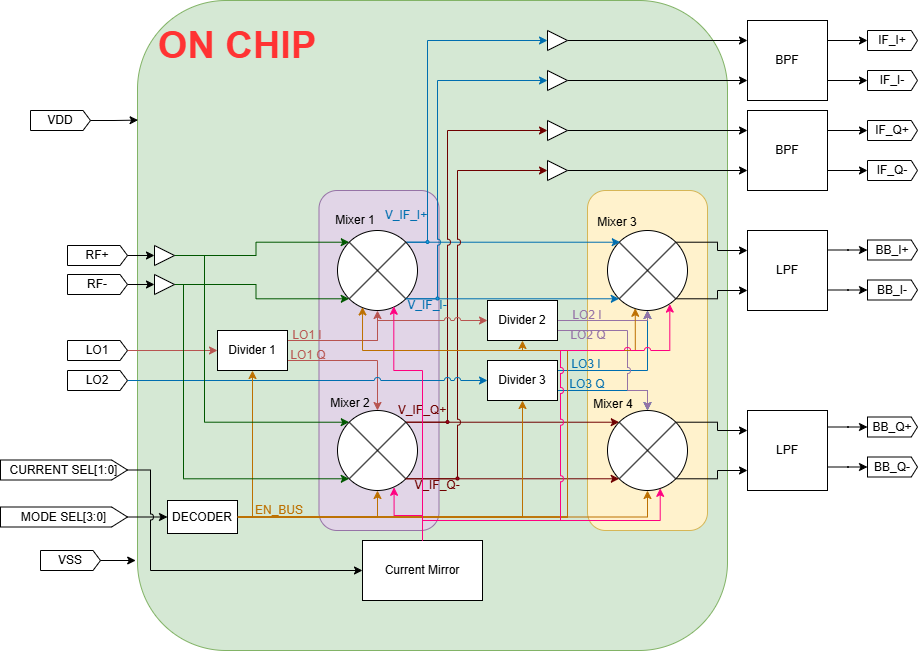
DemianMArin/NYCMOS keeps this draw.io diagram as docs/images/nycmos_block_diag_v3.png. Above is the earlier version. Source tidied: cells renumbered, new cells last; positions are measured from the earlier drawing's top-left corner, leaving out a move shared by most shapes.
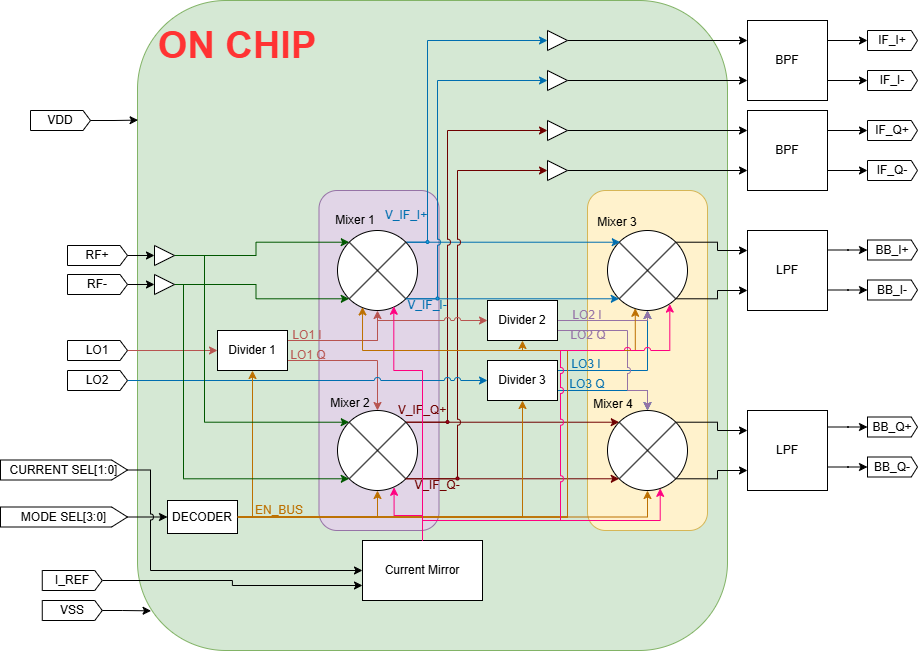
Above is the later version.

Commit message:
updated block diagram

added i_ref pin to block diagram

Change to the diagram source:
```diff
@@ -248,7 +248,7 @@
       <mxGeometry x="30" y="110" width="60" height="20" as="geometry" />
     </mxCell>
     <mxCell id="66" value="VSS" style="shape=offPageConnector;whiteSpace=wrap;html=1;direction=north;size=0.125;" parent="1" vertex="1">
-      <mxGeometry x="40" y="550" width="60" height="20" as="geometry" />
+      <mxGeometry x="41.8" y="600" width="60" height="20" as="geometry" />
     </mxCell>
     <mxCell id="67" value="IF_I+" style="shape=offPageConnector;whiteSpace=wrap;html=1;direction=north;size=0.125;" parent="1" vertex="1">
       <mxGeometry x="867" y="30" width="50" height="20" as="geometry" />
@@ -444,7 +444,7 @@
     <mxCell id="115" value="CURRENT SEL[1:0]" style="shape=offPageConnector;whiteSpace=wrap;html=1;direction=north;size=0.125;" parent="1" vertex="1">
       <mxGeometry y="459.5" width="127" height="20" as="geometry" />
     </mxCell>
-    <mxCell id="116" style="edgeStyle=orthogonalEdgeStyle;rounded=0;jettySize=auto;html=1;exitX=0.5;exitY=1;exitDx=0;exitDy=0;entryX=-0.003;entryY=0.862;entryDx=0;entryDy=0;entryPerimeter=0;" parent="1" edge="1" source="66" target="2">
+    <mxCell id="116" style="edgeStyle=orthogonalEdgeStyle;rounded=0;jettySize=auto;html=1;exitX=0.5;exitY=1;exitDx=0;exitDy=0;entryX=0.023;entryY=0.939;entryDx=0;entryDy=0;entryPerimeter=0;" parent="1" edge="1" source="66" target="2">
       <mxGeometry relative="1" as="geometry" />
     </mxCell>
     <mxCell id="117" style="edgeStyle=orthogonalEdgeStyle;rounded=0;jettySize=auto;html=1;exitX=0.5;exitY=0;exitDx=0;exitDy=0;entryX=0.659;entryY=0.973;entryDx=0;entryDy=0;entryPerimeter=0;fillColor=#f8cecc;strokeColor=#FF0080;" parent="1" edge="1" source="113" target="24">
@@ -479,5 +479,11 @@
     <mxCell id="121" style="edgeStyle=orthogonalEdgeStyle;rounded=0;jettySize=auto;html=1;exitX=0.5;exitY=1;exitDx=0;exitDy=0;entryX=0.001;entryY=0.184;entryDx=0;entryDy=0;entryPerimeter=0;" parent="1" edge="1" source="65" target="2">
       <mxGeometry relative="1" as="geometry" />
     </mxCell>
+    <mxCell id="122" style="edgeStyle=orthogonalEdgeStyle;rounded=0;jettySize=auto;html=1;exitX=0.5;exitY=1;exitDx=0;exitDy=0;entryX=0;entryY=0.75;entryDx=0;entryDy=0;" parent="1" edge="1" source="123" target="113">
+      <mxGeometry relative="1" as="geometry" />
+    </mxCell>
+    <mxCell id="123" value="I_REF" style="shape=offPageConnector;whiteSpace=wrap;html=1;direction=north;size=0.125;" parent="1" vertex="1">
+      <mxGeometry x="41.8" y="570" width="60" height="20" as="geometry" />
+    </mxCell>
   </root>
 </mxGraphModel>
```
